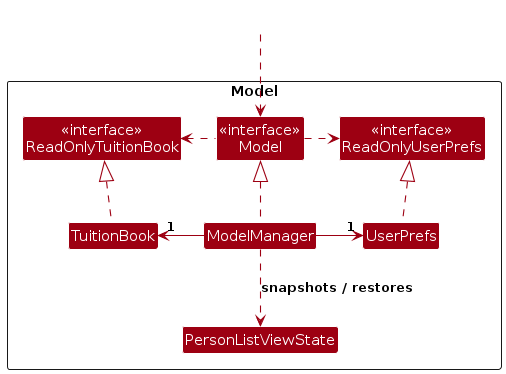
This is diagrams/ModelClassDiagram.png from AY2627S1-CS2103T-T16-2/tp, a PlantUML export, as it was before one commit. Its source is kept beside it as diagrams/ModelClassDiagram.puml.
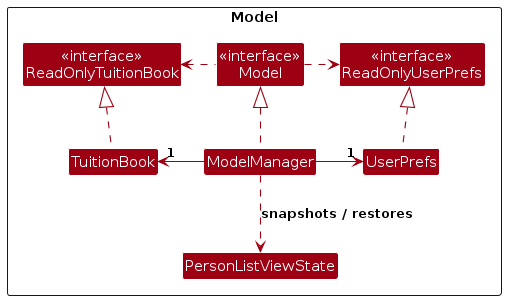
The same diagram one commit later.

The edit, as a diff of the source:
```diff
@@ -14,9 +14,6 @@
 Class UserPrefs
 }
 
-Class HiddenOutside #FFFFFF
-HiddenOutside ..> Model
-
 TuitionBook .up.|> ReadOnlyTuitionBook
 
 ModelManager .up.|> Model
```
